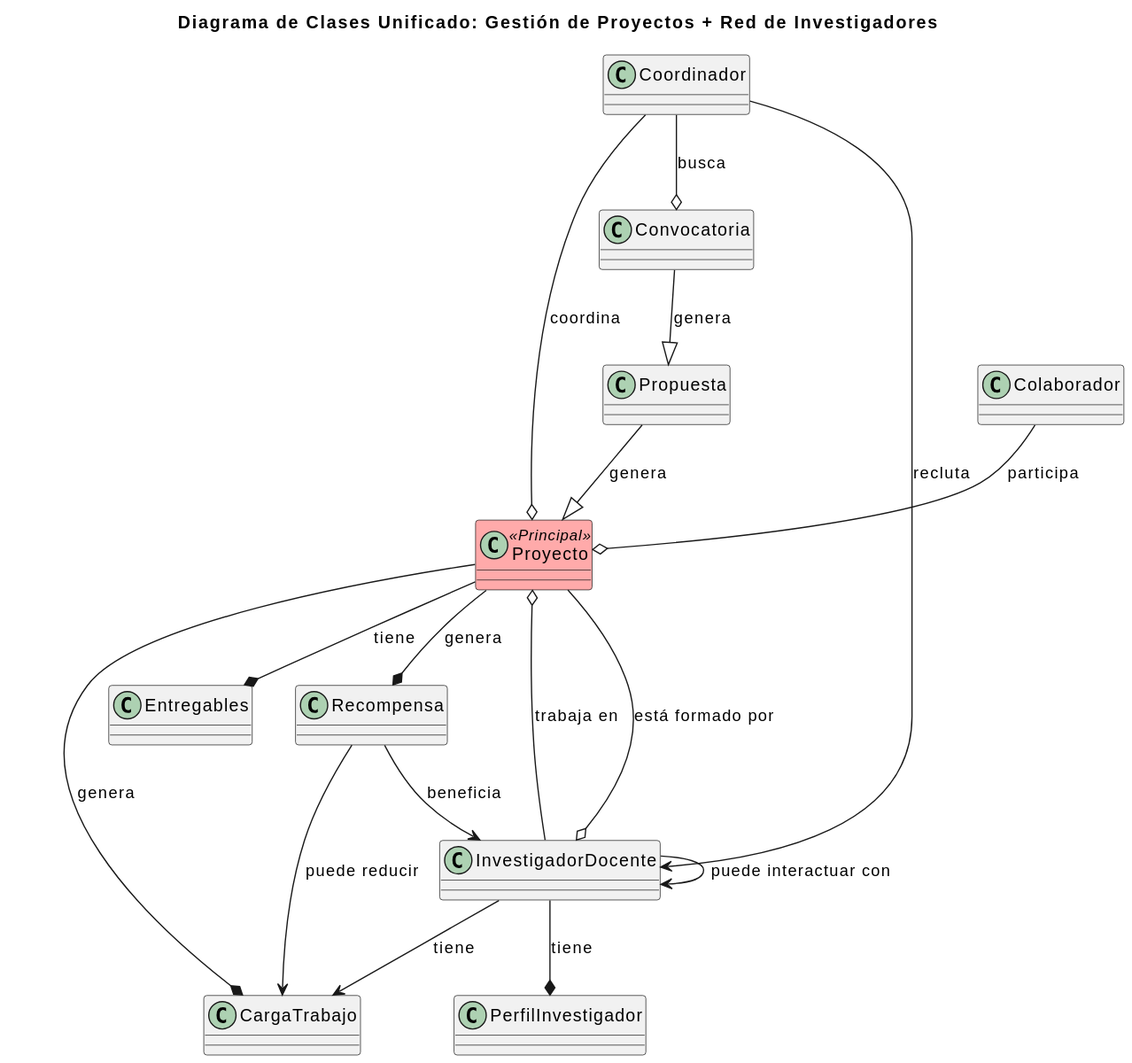
31Diego/25-26-IdSw1-SdR keeps this PlantUML diagram as documentación/ModeloDelDominio/Imagenes/Clases/ClasesProyectoRed.svg. Above is the earlier version. Its diagram source:
```plantuml
@startuml
title "Diagrama de Clases Unificado: Gestión de Proyectos + Red de Investigadores"



class Proyecto <<Principal>> #FFAAAA {

}

class Convocatoria {
}

class Propuesta {
}

class InvestigadorDocente {

}

class Coordinador {
}

class Colaborador {
}

class CargaTrabajo {

}

class Entregables {
}

class Recompensa {
}

class PerfilInvestigador {
}



Convocatoria --|> Propuesta : genera
Propuesta --|> Proyecto : genera

Proyecto --o InvestigadorDocente : "está formado por"
Proyecto --* Entregables : tiene
Proyecto --* CargaTrabajo : genera
Proyecto --* Recompensa : genera

Coordinador --o Proyecto : coordina
Coordinador --o Convocatoria : busca

Colaborador --o Proyecto : participa

InvestigadorDocente --> CargaTrabajo : tiene
InvestigadorDocente --o Proyecto : trabaja en

Recompensa --> InvestigadorDocente : beneficia
Recompensa --> CargaTrabajo : puede reducir





InvestigadorDocente --* PerfilInvestigador : tiene
InvestigadorDocente --> InvestigadorDocente : puede interactuar con



Coordinador --> InvestigadorDocente : recluta
@enduml
```
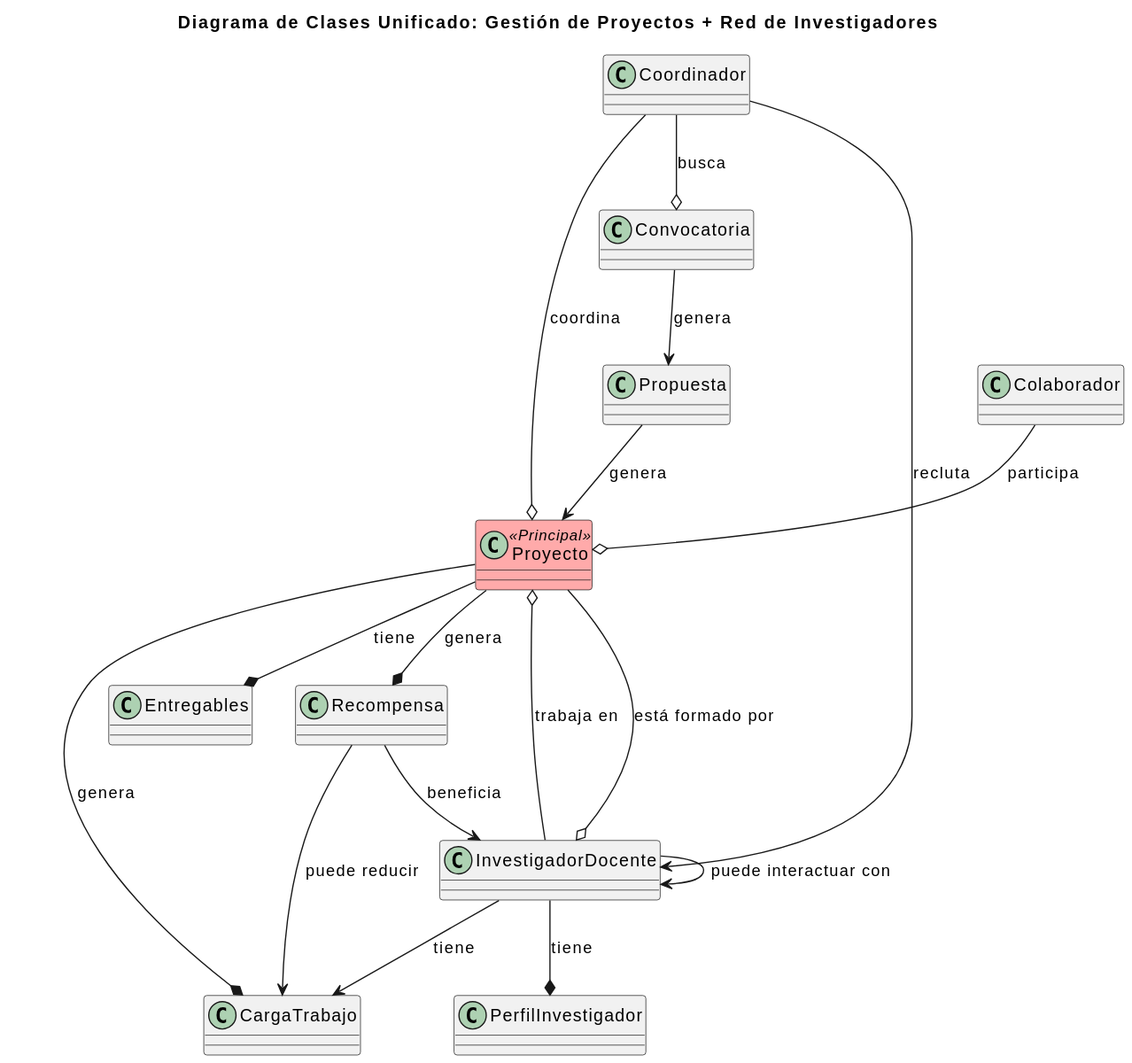
After the change.

Commit message:
ajustes a los diagramas de clases en base a la reunion de hoy

What changed in the source:
```diff
@@ -38,8 +38,8 @@
 
 
 
-Convocatoria --|> Propuesta : genera
-Propuesta --|> Proyecto : genera
+Convocatoria --> Propuesta : genera
+Propuesta --> Proyecto : genera
 
 Proyecto --o InvestigadorDocente : "está formado por"
 Proyecto --* Entregables : tiene
```
